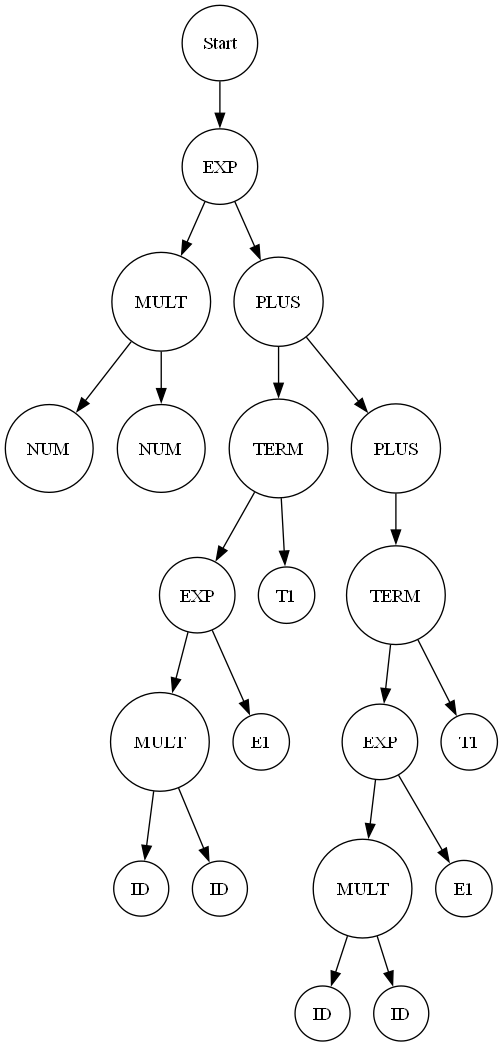
Above: ast.png in GH120/JS-Compiler (Graphviz), before the change. Its source is kept beside it as ast.dot.
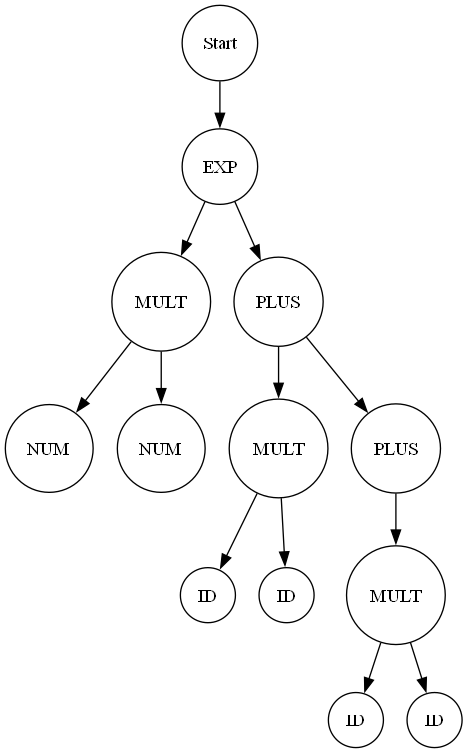
The same file after the commit.

The edit, as a diff of the source:
```diff
@@ -12,34 +12,18 @@
   node0_0_0 -> node0_0_0_1;
   node0_0_1 [label="PLUS"];
   node0_0 -> node0_0_1;
-  node0_0_1_0 [label="TERM"];
+  node0_0_1_0 [label="MULT"];
   node0_0_1 -> node0_0_1_0;
-  node0_0_1_0_0 [label="EXP"];
+  node0_0_1_0_0 [label="ID"];
   node0_0_1_0 -> node0_0_1_0_0;
-  node0_0_1_0_0_0 [label="MULT"];
-  node0_0_1_0_0 -> node0_0_1_0_0_0;
-  node0_0_1_0_0_0_0 [label="ID"];
-  node0_0_1_0_0_0 -> node0_0_1_0_0_0_0;
-  node0_0_1_0_0_0_1 [label="ID"];
-  node0_0_1_0_0_0 -> node0_0_1_0_0_0_1;
-  node0_0_1_0_0_1 [label="E1"];
-  node0_0_1_0_0 -> node0_0_1_0_0_1;
-  node0_0_1_0_1 [label="T1"];
+  node0_0_1_0_1 [label="ID"];
   node0_0_1_0 -> node0_0_1_0_1;
   node0_0_1_1 [label="PLUS"];
   node0_0_1 -> node0_0_1_1;
-  node0_0_1_1_0 [label="TERM"];
+  node0_0_1_1_0 [label="MULT"];
   node0_0_1_1 -> node0_0_1_1_0;
-  node0_0_1_1_0_0 [label="EXP"];
+  node0_0_1_1_0_0 [label="ID"];
   node0_0_1_1_0 -> node0_0_1_1_0_0;
-  node0_0_1_1_0_0_0 [label="MULT"];
-  node0_0_1_1_0_0 -> node0_0_1_1_0_0_0;
-  node0_0_1_1_0_0_0_0 [label="ID"];
-  node0_0_1_1_0_0_0 -> node0_0_1_1_0_0_0_0;
-  node0_0_1_1_0_0_0_1 [label="ID"];
-  node0_0_1_1_0_0_0 -> node0_0_1_1_0_0_0_1;
-  node0_0_1_1_0_0_1 [label="E1"];
-  node0_0_1_1_0_0 -> node0_0_1_1_0_0_1;
-  node0_0_1_1_0_1 [label="T1"];
+  node0_0_1_1_0_1 [label="ID"];
   node0_0_1_1_0 -> node0_0_1_1_0_1;
         }
```
